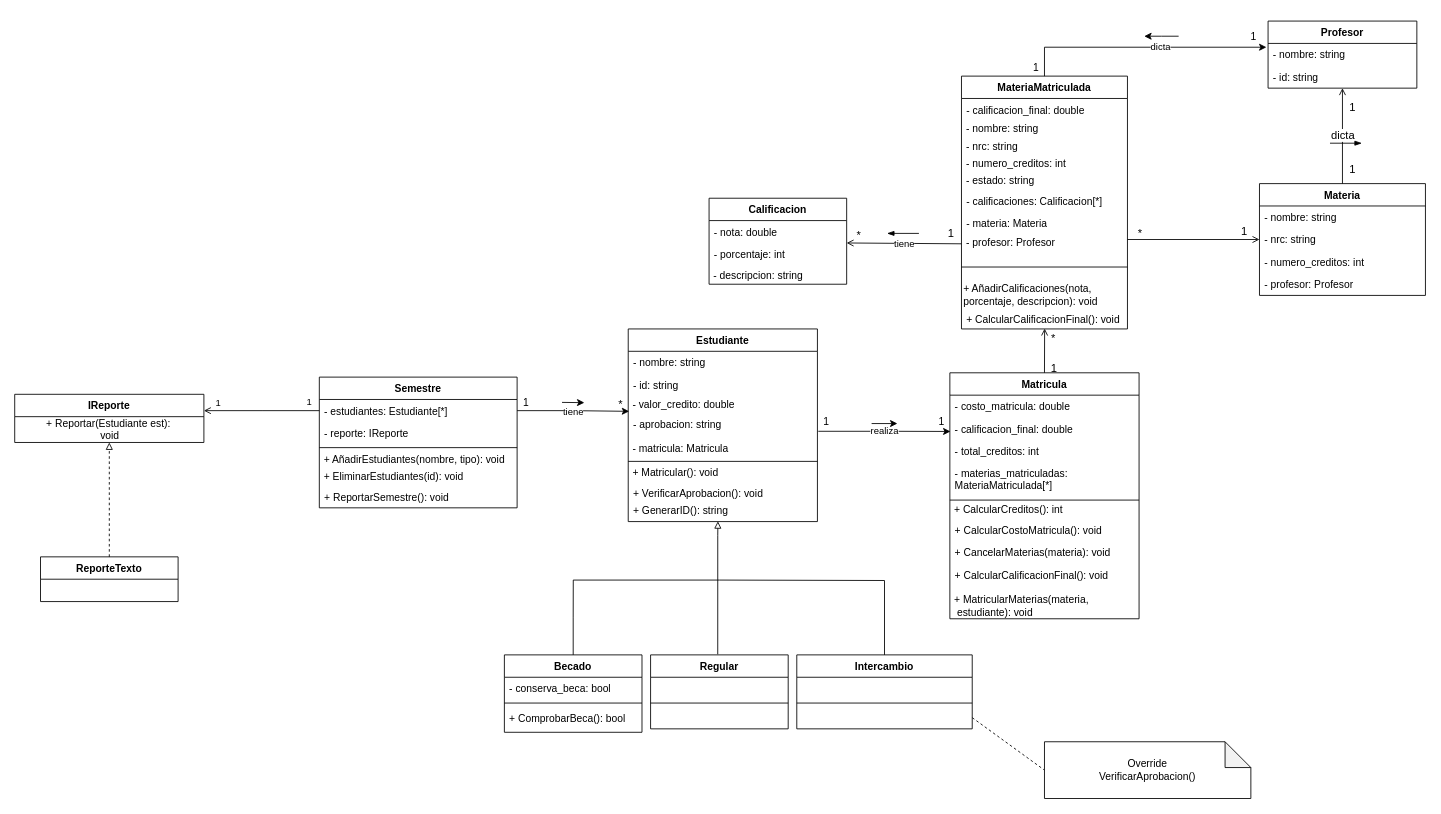
The draw.io diagram Diagrama UML Proyecto.drawio in samuelperezh/sistema-universitario-poo, before the edit. Source tidied: cells renumbered, new cells numbered last; positions are measured from the earlier drawing's top-left corner, leaving out a move shared by most shapes. Both pictures are drawn from the tidied source at 86%, with x=0, y=0 at pixel (15, 21).
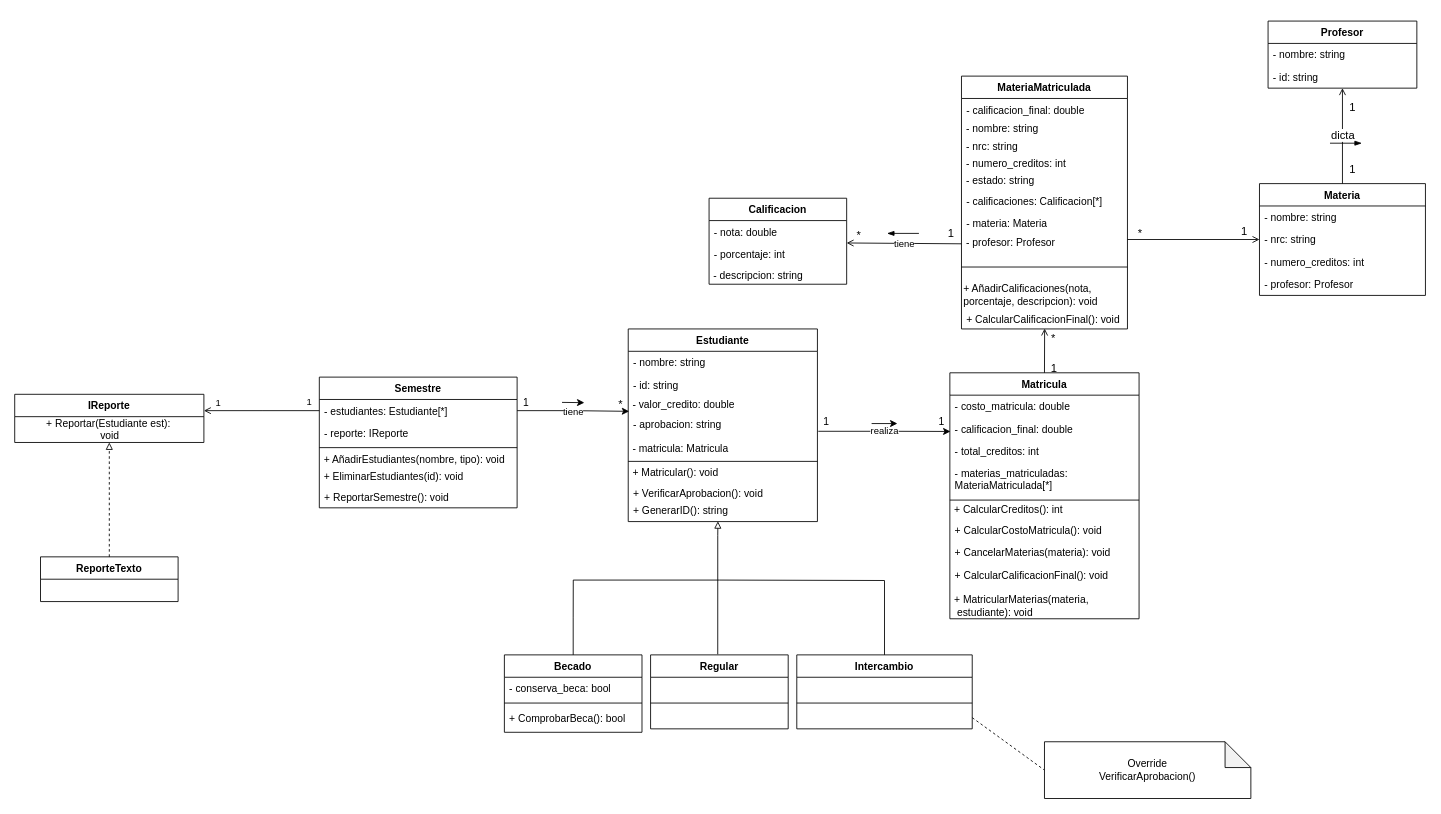
The same diagram, later.

Unchanged cells that the change refers to:
```xml
<mxCell id="65" value="- nombre: string" style="text;strokeColor=none;fillColor=none;align=left;verticalAlign=top;spacingLeft=4;spacingRight=4;overflow=hidden;points=[[0,0.5],[1,0.5]];portConstraint=eastwest;" parent="64" vertex="1">
  <mxGeometry y="26" width="173" height="26" as="geometry" />
</mxCell>
<mxCell id="91" value="MateriaMatriculada" style="swimlane;fontStyle=1;align=center;verticalAlign=top;horizontal=1;startSize=26;fillColor=none;" parent="1" vertex="1">
  <mxGeometry x="1100.5" y="64" width="193" height="294" as="geometry" />
</mxCell>
```

Diff of the diagram source:
```diff
@@
-    <mxCell id="87" style="endArrow=classic;html=1;rounded=0;" parent="1" edge="1">
-      <mxGeometry relative="1" as="geometry">
-        <mxPoint x="1353" y="17.6" as="sourcePoint" />
-        <mxPoint x="1313" y="17.6" as="targetPoint" />
-        <Array as="points">
-          <mxPoint x="1333" y="17.6" />
-        </Array>
-      </mxGeometry>
-    </mxCell>
-    <mxCell id="88" value="1" style="text;html=1;align=center;verticalAlign=middle;strokeColor=none;fillColor=none;" parent="1" vertex="1">
-      <mxGeometry x="1429.5" y="8" width="20" height="20" as="geometry" />
-    </mxCell>
-    <mxCell id="89" value="1" style="text;html=1;align=center;verticalAlign=middle;strokeColor=none;fillColor=none;" parent="1" vertex="1">
-      <mxGeometry x="1177" y="44" width="20" height="20" as="geometry" />
-    </mxCell>
-    <mxCell id="90" value="dicta" style="edgeStyle=orthogonalEdgeStyle;rounded=0;jettySize=auto;html=1;entryX=-0.011;entryY=0.17;entryDx=0;entryDy=0;entryPerimeter=0;" parent="1" edge="1" source="91" target="65">
-      <mxGeometry x="0.16" relative="1" as="geometry" />
-    </mxCell>
```
